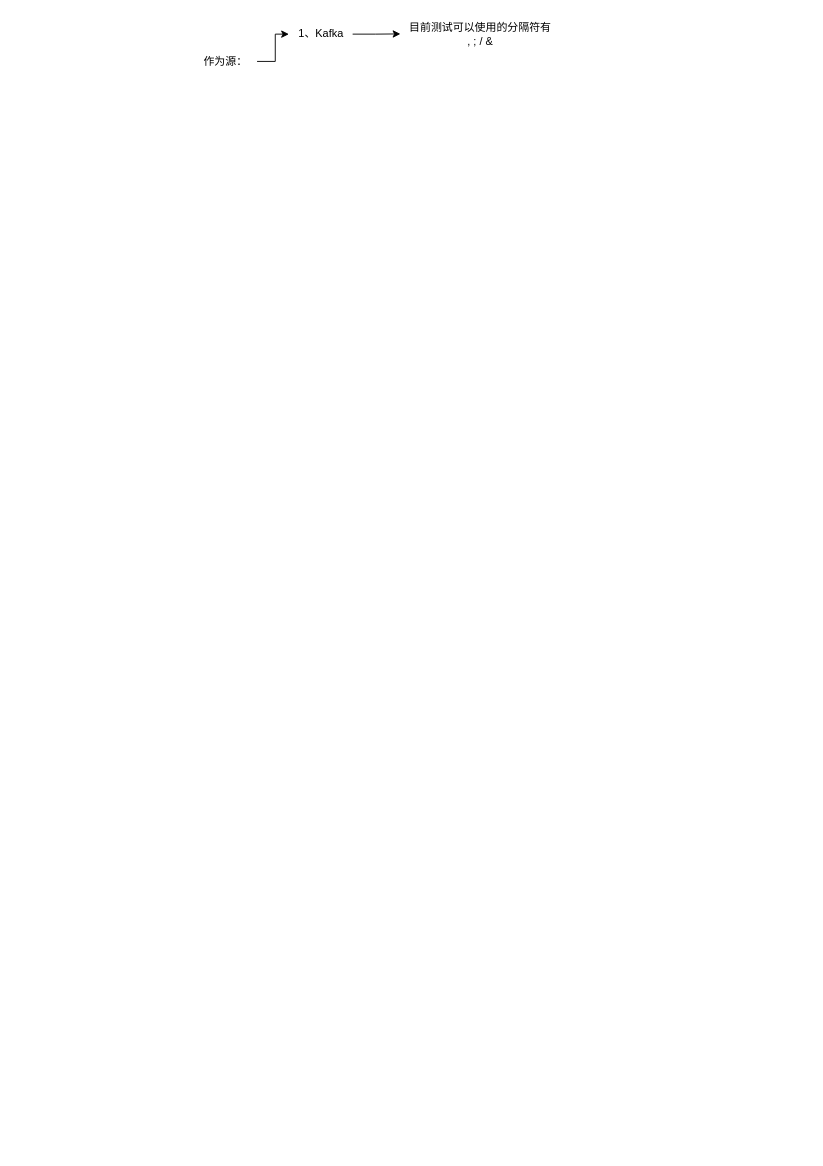
Above: 数据同步.drawio in aiyougit/zdhx_study (draw.io), before the change. Source tidied: cells renumbered, new cells numbered last; positions are measured from the earlier drawing's top-left corner, leaving out a move shared by most shapes. Both pictures are drawn from the tidied source at 91%, with x=0, y=0 at pixel (193, 15).
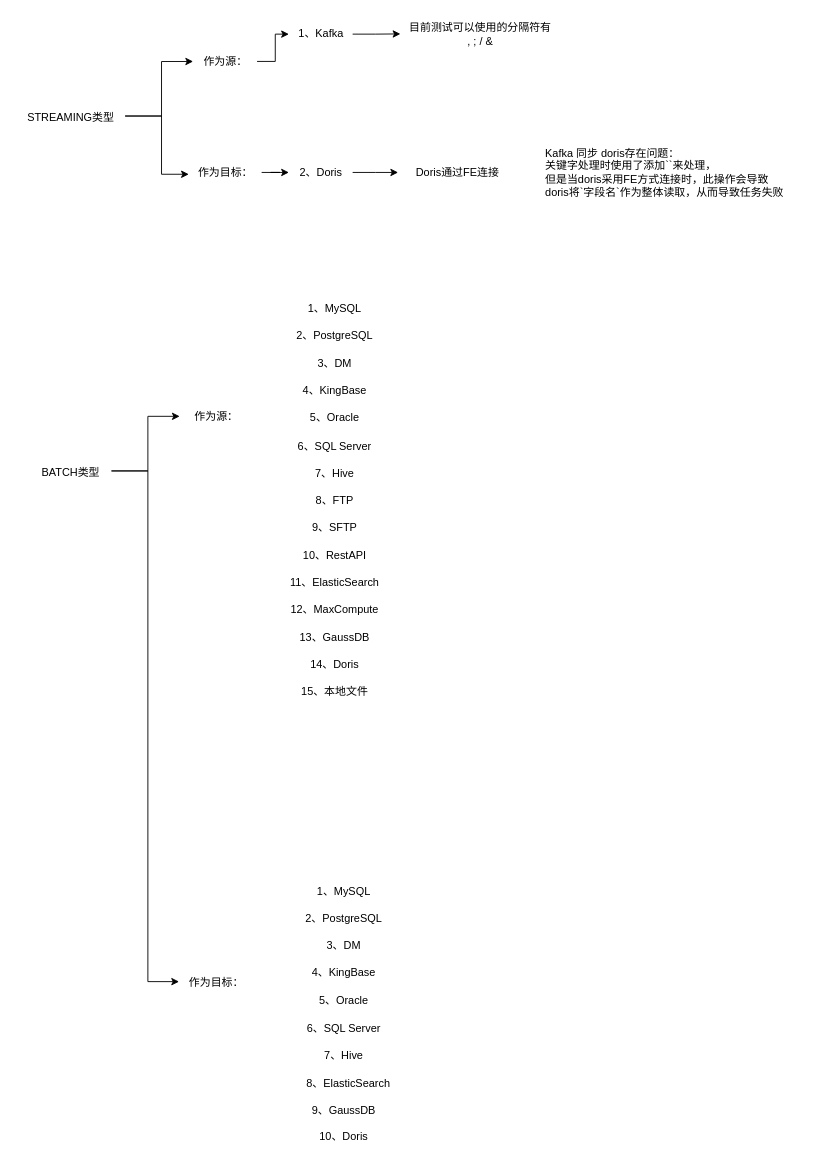
After the change.

Commit message (it also covers changes not shown here):
更新数据同步.drawio

The change refers to these unchanged cells:
```xml
<mxCell id="3" value="作为源：" style="text;html=1;align=center;verticalAlign=middle;points=[];strokeColor=none;fillColor=none;" parent="1" vertex="1">
  <mxGeometry y="35" width="70" height="30" as="geometry" />
</mxCell>
```

The edit, as a diff of the source:
```diff
@@
+    <mxCell id="7" value="STREAMING类型" style="text;html=1;align=center;verticalAlign=middle;points=[];strokeColor=none;fillColor=none;" parent="1" vertex="1">
+      <mxGeometry x="-195" y="97" width="120" height="30" as="geometry" />
+    </mxCell>
+    <mxCell id="8" style="edgeStyle=orthogonalEdgeStyle;rounded=0;jettySize=auto;html=1;entryX=-0.004;entryY=0.502;entryDx=0;entryDy=0;entryPerimeter=0;" parent="1" edge="1" source="7" target="3">
+      <mxGeometry relative="1" as="geometry">
+        <Array as="points">
+          <mxPoint x="-35" y="110" />
+          <mxPoint x="-35" y="50" />
+        </Array>
+      </mxGeometry>
+    </mxCell>
+    <mxCell id="9" value="&lt;div style=&quot;background-color: rgb(255, 255, 254); font-family: Consolas, &amp;quot;Courier New&amp;quot;, monospace; font-size: 16px; line-height: 22px; white-space-collapse: preserve;&quot;&gt;&lt;br&gt;&lt;/div&gt;" style="text;html=1;align=center;verticalAlign=middle;strokeColor=none;fillColor=none;" parent="1" vertex="1">
+      <mxGeometry x="-155" y="190" width="20" height="40" as="geometry" />
+    </mxCell>
+    <mxCell id="10" value="BATCH类型" style="text;html=1;align=center;verticalAlign=middle;strokeColor=none;fillColor=none;" parent="1" vertex="1">
+      <mxGeometry x="-180" y="487" width="90" height="30" as="geometry" />
+    </mxCell>
+    <mxCell id="11" style="edgeStyle=orthogonalEdgeStyle;rounded=0;jettySize=auto;html=1;" parent="1" edge="1" source="12" target="14">
+      <mxGeometry relative="1" as="geometry" />
+    </mxCell>
+    <mxCell id="12" value="作为目标：" style="text;html=1;align=center;verticalAlign=middle;points=[];strokeColor=none;fillColor=none;" parent="1" vertex="1">
+      <mxGeometry x="-5" y="157" width="80" height="30" as="geometry" />
+    </mxCell>
+    <mxCell id="13" style="edgeStyle=orthogonalEdgeStyle;rounded=0;jettySize=auto;html=1;" parent="1" edge="1" source="14">
+      <mxGeometry relative="1" as="geometry">
+        <mxPoint x="225" y="172" as="targetPoint" />
+      </mxGeometry>
+    </mxCell>
+    <mxCell id="14" value="2、Doris" style="text;html=1;align=center;verticalAlign=middle;points=[];strokeColor=none;fillColor=none;" parent="1" vertex="1">
+      <mxGeometry x="105" y="157" width="70" height="30" as="geometry" />
+    </mxCell>
+    <mxCell id="15" value="Doris通过FE连接" style="text;html=1;align=center;verticalAlign=middle;strokeColor=none;fillColor=none;" parent="1" vertex="1">
+      <mxGeometry x="235" y="157" width="110" height="30" as="geometry" />
+    </mxCell>
+    <mxCell id="16" style="edgeStyle=orthogonalEdgeStyle;rounded=0;jettySize=auto;html=1;" parent="1" edge="1" source="7" target="12">
+      <mxGeometry relative="1" as="geometry">
+        <Array as="points">
+          <mxPoint x="-35" y="110" />
+          <mxPoint x="-35" y="174" />
+        </Array>
+      </mxGeometry>
+    </mxCell>
+    <mxCell id="17" style="edgeStyle=orthogonalEdgeStyle;rounded=0;orthogonalLoop=1;jettySize=auto;html=1;entryX=-0.004;entryY=0.502;entryDx=0;entryDy=0;entryPerimeter=0;" parent="1" edge="1">
+      <mxGeometry relative="1" as="geometry">
+        <mxPoint x="-90" y="500" as="sourcePoint" />
+        <mxPoint x="-15" y="440" as="targetPoint" />
+        <Array as="points">
+          <mxPoint x="-50" y="500" />
+          <mxPoint x="-50" y="440" />
+        </Array>
+      </mxGeometry>
+    </mxCell>
+    <mxCell id="18" style="edgeStyle=orthogonalEdgeStyle;rounded=0;jettySize=auto;html=1;entryX=-0.009;entryY=0.474;entryDx=0;entryDy=0;entryPerimeter=0;" parent="1" edge="1" target="20">
+      <mxGeometry relative="1" as="geometry">
+        <mxPoint x="-90" y="500" as="sourcePoint" />
+        <Array as="points">
+          <mxPoint x="-50" y="500" />
+          <mxPoint x="-50" y="1061" />
+        </Array>
+      </mxGeometry>
+    </mxCell>
+    <mxCell id="19" value="作为源：" style="text;html=1;align=center;verticalAlign=middle;strokeColor=none;fillColor=none;" parent="1" vertex="1">
+      <mxGeometry x="-10" y="426" width="70" height="30" as="geometry" />
+    </mxCell>
+    <mxCell id="20" value="作为目标：" style="text;html=1;align=center;verticalAlign=middle;points=[];strokeColor=none;fillColor=none;" parent="1" vertex="1">
+      <mxGeometry x="-15" y="1047" width="80" height="30" as="geometry" />
+    </mxCell>
+    <mxCell id="21" value="1、MySQL" style="text;html=1;align=center;verticalAlign=middle;strokeColor=none;fillColor=none;" parent="1" vertex="1">
+      <mxGeometry x="115" y="307" width="80" height="30" as="geometry" />
+    </mxCell>
+    <mxCell id="22" value="4、KingBase" style="text;html=1;align=center;verticalAlign=middle;strokeColor=none;fillColor=none;" parent="1" vertex="1">
+      <mxGeometry x="110" y="397" width="90" height="30" as="geometry" />
+    </mxCell>
+    <mxCell id="23" value="2、PostgreSQL" style="text;html=1;align=center;verticalAlign=middle;strokeColor=none;fillColor=none;" parent="1" vertex="1">
+      <mxGeometry x="100" y="337" width="110" height="30" as="geometry" />
+    </mxCell>
+    <mxCell id="24" value="3、DM" style="text;html=1;align=center;verticalAlign=middle;strokeColor=none;fillColor=none;" parent="1" vertex="1">
+      <mxGeometry x="125" y="367" width="60" height="30" as="geometry" />
+    </mxCell>
+    <mxCell id="25" value="5、Oracle" style="text;html=1;align=center;verticalAlign=middle;strokeColor=none;fillColor=none;" parent="1" vertex="1">
+      <mxGeometry x="115" y="427" width="80" height="30" as="geometry" />
+    </mxCell>
+    <mxCell id="26" value="6、SQL Server" style="text;html=1;align=center;verticalAlign=middle;strokeColor=none;fillColor=none;" parent="1" vertex="1">
+      <mxGeometry x="105" y="458" width="100" height="30" as="geometry" />
+    </mxCell>
+    <mxCell id="27" value="7、Hive" style="text;html=1;align=center;verticalAlign=middle;strokeColor=none;fillColor=none;" parent="1" vertex="1">
+      <mxGeometry x="120" y="488" width="70" height="30" as="geometry" />
+    </mxCell>
+    <mxCell id="28" value="8、FTP" style="text;html=1;align=center;verticalAlign=middle;strokeColor=none;fillColor=none;" parent="1" vertex="1">
+      <mxGeometry x="125" y="518" width="60" height="30" as="geometry" />
+    </mxCell>
+    <mxCell id="29" value="9、SFTP" style="text;html=1;align=center;verticalAlign=middle;strokeColor=none;fillColor=none;" parent="1" vertex="1">
+      <mxGeometry x="120" y="548" width="70" height="30" as="geometry" />
+    </mxCell>
+    <mxCell id="30" value="10、RestAPI" style="text;html=1;align=center;verticalAlign=middle;strokeColor=none;fillColor=none;" parent="1" vertex="1">
+      <mxGeometry x="110" y="578" width="90" height="30" as="geometry" />
+    </mxCell>
+    <mxCell id="31" value="11、ElasticSearch" style="text;html=1;align=center;verticalAlign=middle;strokeColor=none;fillColor=none;" parent="1" vertex="1">
+      <mxGeometry x="95" y="608" width="120" height="30" as="geometry" />
+    </mxCell>
+    <mxCell id="32" value="12、MaxCompute" style="text;html=1;align=center;verticalAlign=middle;strokeColor=none;fillColor=none;" parent="1" vertex="1">
+      <mxGeometry x="95" y="638" width="120" height="30" as="geometry" />
+    </mxCell>
+    <mxCell id="33" value="13、GaussDB" style="text;html=1;align=center;verticalAlign=middle;strokeColor=none;fillColor=none;" parent="1" vertex="1">
+      <mxGeometry x="105" y="668" width="100" height="30" as="geometry" />
+    </mxCell>
+    <mxCell id="34" value="14、Doris" style="text;html=1;align=center;verticalAlign=middle;strokeColor=none;fillColor=none;" parent="1" vertex="1">
+      <mxGeometry x="115" y="698" width="80" height="30" as="geometry" />
+    </mxCell>
+    <mxCell id="35" value="15、本地文件" style="text;html=1;align=center;verticalAlign=middle;strokeColor=none;fillColor=none;" parent="1" vertex="1">
+      <mxGeometry x="105" y="728" width="100" height="30" as="geometry" />
+    </mxCell>
+    <mxCell id="36" value="1、MySQL" style="text;html=1;align=center;verticalAlign=middle;strokeColor=none;fillColor=none;" parent="1" vertex="1">
+      <mxGeometry x="125" y="947" width="80" height="30" as="geometry" />
+    </mxCell>
+    <mxCell id="37" value="4、KingBase" style="text;html=1;align=center;verticalAlign=middle;strokeColor=none;fillColor=none;" parent="1" vertex="1">
+      <mxGeometry x="120" y="1037" width="90" height="30" as="geometry" />
+    </mxCell>
+    <mxCell id="38" value="2、PostgreSQL" style="text;html=1;align=center;verticalAlign=middle;strokeColor=none;fillColor=none;" parent="1" vertex="1">
+      <mxGeometry x="110" y="977" width="110" height="30" as="geometry" />
+    </mxCell>
+    <mxCell id="39" value="3、DM" style="text;html=1;align=center;verticalAlign=middle;strokeColor=none;fillColor=none;" parent="1" vertex="1">
+      <mxGeometry x="135" y="1007" width="60" height="30" as="geometry" />
+    </mxCell>
+    <mxCell id="40" value="5、Oracle" style="text;html=1;align=center;verticalAlign=middle;strokeColor=none;fillColor=none;" parent="1" vertex="1">
+      <mxGeometry x="125" y="1067" width="80" height="30" as="geometry" />
+    </mxCell>
+    <mxCell id="41" value="6、SQL Server" style="text;html=1;align=center;verticalAlign=middle;strokeColor=none;fillColor=none;" parent="1" vertex="1">
+      <mxGeometry x="115" y="1098" width="100" height="30" as="geometry" />
+    </mxCell>
+    <mxCell id="42" value="7、Hive" style="text;html=1;align=center;verticalAlign=middle;strokeColor=none;fillColor=none;" parent="1" vertex="1">
+      <mxGeometry x="130" y="1128" width="70" height="30" as="geometry" />
+    </mxCell>
+    <mxCell id="43" value="8、ElasticSearch" style="text;html=1;align=center;verticalAlign=middle;strokeColor=none;fillColor=none;" parent="1" vertex="1">
+      <mxGeometry x="110" y="1158" width="120" height="30" as="geometry" />
+    </mxCell>
+    <mxCell id="44" value="9、GaussDB" style="text;html=1;align=center;verticalAlign=middle;strokeColor=none;fillColor=none;" parent="1" vertex="1">
+      <mxGeometry x="120" y="1188" width="90" height="30" as="geometry" />
+    </mxCell>
+    <mxCell id="45" value="10、Doris" style="text;html=1;align=center;verticalAlign=middle;strokeColor=none;fillColor=none;" parent="1" vertex="1">
+      <mxGeometry x="125" y="1217" width="80" height="30" as="geometry" />
+    </mxCell>
+    <mxCell id="46" value="Kafka 同步 doris存在问题：&lt;div style=&quot;&quot;&gt;关键字处理时使用了添加``来处理，&lt;/div&gt;&lt;div&gt;但是当doris采用FE方式连接时，此操作会导致&lt;/div&gt;&lt;div&gt;doris将`字段名`作为整体读取，从而导致任务失败&lt;/div&gt;" style="text;html=1;align=left;verticalAlign=middle;strokeColor=none;fillColor=none;" parent="1" vertex="1">
+      <mxGeometry x="385" y="137" width="290" height="70" as="geometry" />
+    </mxCell>
```
